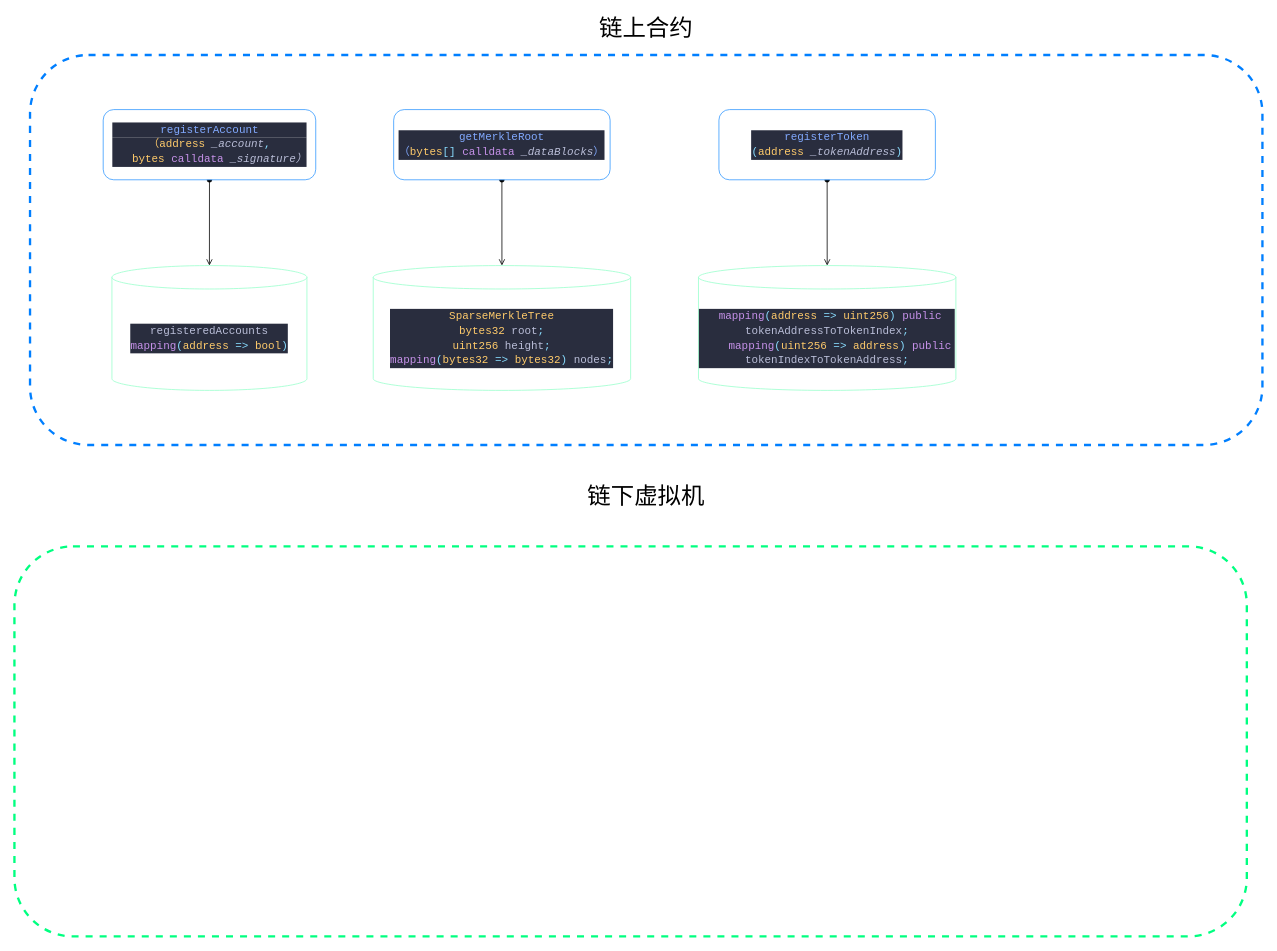
Earlier version of the draw.io diagram OR.drawio (bullshitking-99/optimistic-rollup). Source tidied: cells renumbered, new cells numbered last; positions are measured from the earlier drawing's top-left corner, leaving out a move shared by most shapes. Both pictures are drawn from the tidied source at 78%, with x=0, y=0 at pixel (14, 16).
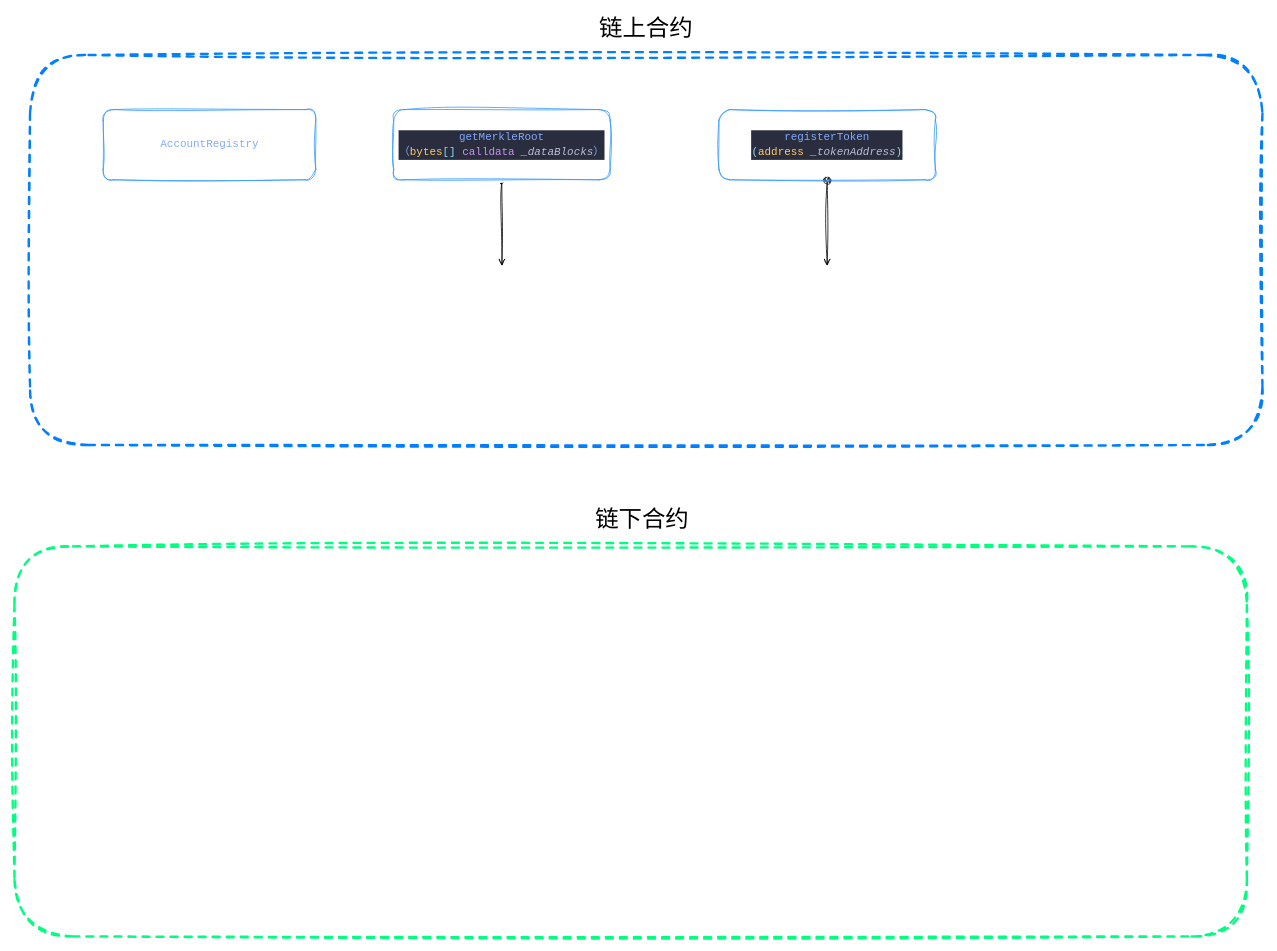
Above is the later version.

Diff of the diagram source:
```diff
@@
-<mxGraphModel>
+<mxGraphModel background="#FFFFFF">
   <root>
     <mxCell id="0" />
     <mxCell id="1" parent="0" />
-    <mxCell id="2" style="rounded=1;whiteSpace=wrap;html=1;fillColor=none;strokeColor=#00FF80;dashed=1;strokeWidth=3;" parent="1" vertex="1">
+    <mxCell id="2" style="rounded=1;whiteSpace=wrap;html=1;fillColor=none;strokeColor=#00FF80;dashed=1;strokeWidth=3;sketch=1;curveFitting=1;jiggle=2;" parent="1" vertex="1">
       <mxGeometry y="680" width="1580" height="500" as="geometry" />
     </mxCell>
-    <mxCell id="3" style="rounded=1;whiteSpace=wrap;html=1;fillColor=none;strokeColor=#007FFF;dashed=1;strokeWidth=3;" parent="1" vertex="1">
+    <mxCell id="3" style="rounded=1;whiteSpace=wrap;html=1;fillColor=none;strokeColor=#007FFF;dashed=1;strokeWidth=3;sketch=1;curveFitting=1;jiggle=2;" parent="1" vertex="1">
       <mxGeometry x="20" y="50" width="1580" height="500" as="geometry" />
     </mxCell>
-    <mxCell id="4" style="edgeStyle=none;html=1;exitX=0.5;exitY=1;exitDx=0;exitDy=0;entryX=0.5;entryY=0;entryDx=0;entryDy=0;entryPerimeter=0;startArrow=oval;startFill=1;endArrow=open;endFill=0;" parent="1" edge="1" source="5" target="6">
-      <mxGeometry relative="1" as="geometry" />
-    </mxCell>
-    <mxCell id="5" value="&lt;div style=&quot;color: rgb(186, 190, 216); background-color: rgb(41, 45, 62); font-family: &amp;quot;Fira Code&amp;quot;, Consolas, &amp;quot;Microsoft Yahei&amp;quot;, Consolas, &amp;quot;Courier New&amp;quot;, monospace; font-size: 14px; line-height: 19px;&quot;&gt;&lt;span style=&quot;color: #82aaff;&quot;&gt;registerAccount&lt;/span&gt;&lt;/div&gt;&lt;div style=&quot;color: rgb(186, 190, 216); background-color: rgb(41, 45, 62); font-family: &amp;quot;Fira Code&amp;quot;, Consolas, &amp;quot;Microsoft Yahei&amp;quot;, Consolas, &amp;quot;Courier New&amp;quot;, monospace; font-size: 14px; line-height: 19px;&quot;&gt;&lt;div style=&quot;line-height: 19px;&quot;&gt;&lt;div style=&quot;line-height: 19px;&quot;&gt;&lt;div&gt;&lt;span style=&quot;color: #ffcb6b;&quot;&gt;（address&lt;/span&gt; &lt;span style=&quot;font-style: italic;&quot;&gt;_account&lt;/span&gt;&lt;span style=&quot;color: #89ddff;&quot;&gt;,&lt;/span&gt;&lt;/div&gt;&lt;div&gt;&amp;nbsp; &amp;nbsp;&lt;span style=&quot;color: #ffcb6b;&quot;&gt;bytes&lt;/span&gt; &lt;span style=&quot;color: #c792ea;&quot;&gt;calldata&lt;/span&gt; &lt;span style=&quot;font-style: italic;&quot;&gt;_signature）&lt;/span&gt;&lt;/div&gt;&lt;/div&gt;&lt;/div&gt;&lt;/div&gt;" style="rounded=1;whiteSpace=wrap;html=1;strokeColor=#3399FF;" parent="1" vertex="1">
+    <mxCell id="5" value="&lt;div style=&quot;font-family: &amp;quot;Fira Code&amp;quot;, Consolas, &amp;quot;Microsoft Yahei&amp;quot;, Consolas, &amp;quot;Courier New&amp;quot;, monospace; font-size: 14px; line-height: 19px;&quot;&gt;&lt;font color=&quot;#82aaff&quot;&gt;AccountRegistry&lt;/font&gt;&lt;/div&gt;" style="rounded=1;whiteSpace=wrap;html=1;strokeColor=#3399FF;labelBackgroundColor=default;sketch=1;curveFitting=1;jiggle=2;" parent="1" vertex="1">
       <mxGeometry x="113.8" y="120" width="272.5" height="90" as="geometry" />
     </mxCell>
-    <mxCell id="6" value="&lt;div style=&quot;background-color: rgb(41, 45, 62); font-family: &amp;quot;Fira Code&amp;quot;, Consolas, &amp;quot;Microsoft Yahei&amp;quot;, Consolas, &amp;quot;Courier New&amp;quot;, monospace; font-size: 14px; line-height: 19px;&quot;&gt;&lt;div style=&quot;line-height: 19px;&quot;&gt;&lt;div style=&quot;color: rgb(186, 190, 216); line-height: 19px;&quot;&gt;&lt;div style=&quot;line-height: 19px;&quot;&gt;registeredAccounts&lt;/div&gt;&lt;/div&gt;&lt;div style=&quot;color: rgb(186, 190, 216); line-height: 19px;&quot;&gt;&lt;span style=&quot;color: #c792ea;&quot;&gt;mapping&lt;/span&gt;&lt;span style=&quot;color: #89ddff;&quot;&gt;(&lt;/span&gt;&lt;span style=&quot;color: #ffcb6b;&quot;&gt;address&lt;/span&gt; &lt;span style=&quot;color: #89ddff;&quot;&gt;=&amp;gt;&lt;/span&gt; &lt;span style=&quot;color: #ffcb6b;&quot;&gt;bool&lt;/span&gt;&lt;span style=&quot;color: #89ddff;&quot;&gt;)&lt;/span&gt;&lt;/div&gt;&lt;/div&gt;&lt;/div&gt;" style="shape=cylinder3;whiteSpace=wrap;html=1;boundedLbl=1;backgroundOutline=1;size=15;strokeColor=#99FFCC;" parent="1" vertex="1">
-      <mxGeometry x="125" y="320" width="250" height="160" as="geometry" />
-    </mxCell>
-    <mxCell id="7" value="&lt;div style=&quot;background-color: rgb(41, 45, 62); font-family: &amp;quot;Fira Code&amp;quot;, Consolas, &amp;quot;Microsoft Yahei&amp;quot;, Consolas, &amp;quot;Courier New&amp;quot;, monospace; font-size: 14px; line-height: 19px;&quot;&gt;&lt;div style=&quot;line-height: 19px;&quot;&gt;&lt;div style=&quot;color: rgb(186, 190, 216); line-height: 19px;&quot;&gt;&lt;div style=&quot;line-height: 19px;&quot;&gt;&lt;span style=&quot;color: rgb(255, 203, 107);&quot;&gt;SparseMerkleTree&lt;/span&gt;&lt;br&gt;&lt;/div&gt;&lt;/div&gt;&lt;div style=&quot;color: rgb(186, 190, 216); line-height: 19px;&quot;&gt;&lt;div style=&quot;line-height: 19px;&quot;&gt;&lt;div&gt;&lt;span style=&quot;color: #ffcb6b;&quot;&gt;bytes32&lt;/span&gt; root&lt;span style=&quot;color: #89ddff;&quot;&gt;;&lt;/span&gt;&lt;/div&gt;&lt;div&gt;&lt;span style=&quot;color: rgb(255, 203, 107);&quot;&gt;uint256&lt;/span&gt; height&lt;span style=&quot;color: rgb(137, 221, 255);&quot;&gt;;&lt;/span&gt;&lt;/div&gt;&lt;div&gt;&lt;span style=&quot;color: rgb(199, 146, 234);&quot;&gt;mapping&lt;/span&gt;&lt;span style=&quot;color: rgb(137, 221, 255);&quot;&gt;(&lt;/span&gt;&lt;span style=&quot;color: rgb(255, 203, 107);&quot;&gt;bytes32&lt;/span&gt; &lt;span style=&quot;color: rgb(137, 221, 255);&quot;&gt;=&amp;gt;&lt;/span&gt; &lt;span style=&quot;color: rgb(255, 203, 107);&quot;&gt;bytes32&lt;/span&gt;&lt;span style=&quot;color: rgb(137, 221, 255);&quot;&gt;)&lt;/span&gt; nodes&lt;span style=&quot;color: rgb(137, 221, 255);&quot;&gt;;&lt;/span&gt;&lt;/div&gt;&lt;/div&gt;&lt;/div&gt;&lt;/div&gt;&lt;/div&gt;" style="shape=cylinder3;whiteSpace=wrap;html=1;boundedLbl=1;backgroundOutline=1;size=15;strokeColor=#99FFCC;" parent="1" vertex="1">
-      <mxGeometry x="460" y="320" width="330" height="160" as="geometry" />
-    </mxCell>
-    <mxCell id="8" style="edgeStyle=none;html=1;exitX=0.5;exitY=1;exitDx=0;exitDy=0;entryX=0.5;entryY=0;entryDx=0;entryDy=0;entryPerimeter=0;startArrow=oval;startFill=1;endArrow=open;endFill=0;" parent="1" edge="1" source="9" target="7">
-      <mxGeometry relative="1" as="geometry" />
+    <mxCell id="8" style="edgeStyle=none;html=1;exitX=0.5;exitY=1;exitDx=0;exitDy=0;entryX=0.5;entryY=0;entryDx=0;entryDy=0;entryPerimeter=0;startArrow=oval;startFill=1;endArrow=open;endFill=0;rounded=1;sketch=1;curveFitting=1;jiggle=2;" parent="1" edge="1" source="9">
+      <mxGeometry relative="1" as="geometry">
+        <mxPoint x="625" y="320" as="targetPoint" />
+      </mxGeometry>
     </mxCell>
-    <mxCell id="9" value="&lt;div style=&quot;color: rgb(186, 190, 216); background-color: rgb(41, 45, 62); font-family: &amp;quot;Fira Code&amp;quot;, Consolas, &amp;quot;Microsoft Yahei&amp;quot;, Consolas, &amp;quot;Courier New&amp;quot;, monospace; font-size: 14px; line-height: 19px;&quot;&gt;&lt;div style=&quot;line-height: 19px;&quot;&gt;&lt;span style=&quot;color: #82aaff;&quot;&gt;getMerkleRoot&lt;/span&gt;&lt;/div&gt;&lt;div style=&quot;line-height: 19px;&quot;&gt;&lt;span style=&quot;color: #82aaff;&quot;&gt;（&lt;/span&gt;&lt;span style=&quot;color: rgb(255, 203, 107);&quot;&gt;bytes&lt;/span&gt;&lt;span style=&quot;color: rgb(137, 221, 255);&quot;&gt;[]&lt;/span&gt;&lt;span style=&quot;&quot;&gt; &lt;/span&gt;&lt;span style=&quot;color: rgb(199, 146, 234);&quot;&gt;calldata&lt;/span&gt;&lt;span style=&quot;&quot;&gt; &lt;/span&gt;&lt;span style=&quot;font-style: italic;&quot;&gt;_dataBlocks&lt;/span&gt;&lt;span style=&quot;color: rgb(130, 170, 255);&quot;&gt;）&lt;/span&gt;&lt;/div&gt;&lt;/div&gt;" style="rounded=1;whiteSpace=wrap;html=1;strokeColor=#3399FF;" parent="1" vertex="1">
+    <mxCell id="9" value="&lt;div style=&quot;color: rgb(186, 190, 216); background-color: rgb(41, 45, 62); font-family: &amp;quot;Fira Code&amp;quot;, Consolas, &amp;quot;Microsoft Yahei&amp;quot;, Consolas, &amp;quot;Courier New&amp;quot;, monospace; font-size: 14px; line-height: 19px;&quot;&gt;&lt;div style=&quot;line-height: 19px;&quot;&gt;&lt;span style=&quot;color: #82aaff;&quot;&gt;getMerkleRoot&lt;/span&gt;&lt;/div&gt;&lt;div style=&quot;line-height: 19px;&quot;&gt;&lt;span style=&quot;color: #82aaff;&quot;&gt;（&lt;/span&gt;&lt;span style=&quot;color: rgb(255, 203, 107);&quot;&gt;bytes&lt;/span&gt;&lt;span style=&quot;color: rgb(137, 221, 255);&quot;&gt;[]&lt;/span&gt;&lt;span style=&quot;&quot;&gt; &lt;/span&gt;&lt;span style=&quot;color: rgb(199, 146, 234);&quot;&gt;calldata&lt;/span&gt;&lt;span style=&quot;&quot;&gt; &lt;/span&gt;&lt;span style=&quot;font-style: italic;&quot;&gt;_dataBlocks&lt;/span&gt;&lt;span style=&quot;color: rgb(130, 170, 255);&quot;&gt;）&lt;/span&gt;&lt;/div&gt;&lt;/div&gt;" style="rounded=1;whiteSpace=wrap;html=1;strokeColor=#3399FF;sketch=1;curveFitting=1;jiggle=2;" parent="1" vertex="1">
       <mxGeometry x="486.2" y="120" width="277.5" height="90" as="geometry" />
     </mxCell>
-    <mxCell id="10" value="&lt;div style=&quot;background-color: rgb(41, 45, 62); font-family: &amp;quot;Fira Code&amp;quot;, Consolas, &amp;quot;Microsoft Yahei&amp;quot;, Consolas, &amp;quot;Courier New&amp;quot;, monospace; font-size: 14px; line-height: 19px;&quot;&gt;&lt;div style=&quot;line-height: 19px;&quot;&gt;&lt;div style=&quot;color: rgb(186, 190, 216); line-height: 19px;&quot;&gt;&lt;div style=&quot;line-height: 19px;&quot;&gt;&lt;div style=&quot;line-height: 19px;&quot;&gt;&lt;div&gt;&amp;nbsp;&lt;span style=&quot;color: #c792ea;&quot;&gt;mapping&lt;/span&gt;&lt;span style=&quot;color: #89ddff;&quot;&gt;(&lt;/span&gt;&lt;span style=&quot;color: #ffcb6b;&quot;&gt;address&lt;/span&gt; &lt;span style=&quot;color: #89ddff;&quot;&gt;=&amp;gt;&lt;/span&gt; &lt;span style=&quot;color: #ffcb6b;&quot;&gt;uint256&lt;/span&gt;&lt;span style=&quot;color: #89ddff;&quot;&gt;)&lt;/span&gt; &lt;span style=&quot;color: #c792ea;&quot;&gt;public&lt;/span&gt; tokenAddressToTokenIndex&lt;span style=&quot;color: #89ddff;&quot;&gt;;&lt;/span&gt;&lt;/div&gt;&lt;div&gt;&amp;nbsp; &amp;nbsp; &lt;span style=&quot;color: #c792ea;&quot;&gt;mapping&lt;/span&gt;&lt;span style=&quot;color: #89ddff;&quot;&gt;(&lt;/span&gt;&lt;span style=&quot;color: #ffcb6b;&quot;&gt;uint256&lt;/span&gt; &lt;span style=&quot;color: #89ddff;&quot;&gt;=&amp;gt;&lt;/span&gt; &lt;span style=&quot;color: #ffcb6b;&quot;&gt;address&lt;/span&gt;&lt;span style=&quot;color: #89ddff;&quot;&gt;)&lt;/span&gt; &lt;span style=&quot;color: #c792ea;&quot;&gt;public&lt;/span&gt; tokenIndexToTokenAddress&lt;span style=&quot;color: #89ddff;&quot;&gt;;&lt;/span&gt;&lt;/div&gt;&lt;/div&gt;&lt;/div&gt;&lt;/div&gt;&lt;/div&gt;&lt;/div&gt;" style="shape=cylinder3;whiteSpace=wrap;html=1;boundedLbl=1;backgroundOutline=1;size=15;strokeColor=#99FFCC;" parent="1" vertex="1">
-      <mxGeometry x="877" y="320" width="330" height="160" as="geometry" />
-    </mxCell>
-    <mxCell id="11" style="edgeStyle=none;html=1;exitX=0.5;exitY=1;exitDx=0;exitDy=0;entryX=0.5;entryY=0;entryDx=0;entryDy=0;entryPerimeter=0;startArrow=oval;startFill=1;endArrow=open;endFill=0;" parent="1" edge="1" source="12" target="10">
-      <mxGeometry relative="1" as="geometry" />
+    <mxCell id="11" style="edgeStyle=none;html=1;exitX=0.5;exitY=1;exitDx=0;exitDy=0;entryX=0.5;entryY=0;entryDx=0;entryDy=0;entryPerimeter=0;startArrow=oval;startFill=1;endArrow=open;endFill=0;rounded=1;sketch=1;curveFitting=1;jiggle=2;" parent="1" edge="1" source="12">
+      <mxGeometry relative="1" as="geometry">
+        <mxPoint x="1042" y="320" as="targetPoint" />
+      </mxGeometry>
     </mxCell>
-    <mxCell id="12" value="&lt;div style=&quot;color: rgb(186, 190, 216); background-color: rgb(41, 45, 62); font-family: &amp;quot;Fira Code&amp;quot;, Consolas, &amp;quot;Microsoft Yahei&amp;quot;, Consolas, &amp;quot;Courier New&amp;quot;, monospace; font-size: 14px; line-height: 19px;&quot;&gt;&lt;div style=&quot;line-height: 19px;&quot;&gt;&lt;div style=&quot;line-height: 19px;&quot;&gt;&lt;span style=&quot;color: #82aaff;&quot;&gt;registerToken&lt;/span&gt;&lt;/div&gt;&lt;div style=&quot;line-height: 19px;&quot;&gt;&lt;span style=&quot;color: #89ddff;&quot;&gt;(&lt;/span&gt;&lt;span style=&quot;color: #ffcb6b;&quot;&gt;address&lt;/span&gt; &lt;span style=&quot;font-style: italic;&quot;&gt;_tokenAddress&lt;/span&gt;&lt;span style=&quot;color: #89ddff;&quot;&gt;)&lt;/span&gt;&lt;/div&gt;&lt;/div&gt;&lt;/div&gt;" style="rounded=1;whiteSpace=wrap;html=1;strokeColor=#3399FF;" parent="1" vertex="1">
+    <mxCell id="12" value="&lt;div style=&quot;color: rgb(186, 190, 216); background-color: rgb(41, 45, 62); font-family: &amp;quot;Fira Code&amp;quot;, Consolas, &amp;quot;Microsoft Yahei&amp;quot;, Consolas, &amp;quot;Courier New&amp;quot;, monospace; font-size: 14px; line-height: 19px;&quot;&gt;&lt;div style=&quot;line-height: 19px;&quot;&gt;&lt;div style=&quot;line-height: 19px;&quot;&gt;&lt;span style=&quot;color: #82aaff;&quot;&gt;registerToken&lt;/span&gt;&lt;/div&gt;&lt;div style=&quot;line-height: 19px;&quot;&gt;&lt;span style=&quot;color: #89ddff;&quot;&gt;(&lt;/span&gt;&lt;span style=&quot;color: #ffcb6b;&quot;&gt;address&lt;/span&gt; &lt;span style=&quot;font-style: italic;&quot;&gt;_tokenAddress&lt;/span&gt;&lt;span style=&quot;color: #89ddff;&quot;&gt;)&lt;/span&gt;&lt;/div&gt;&lt;/div&gt;&lt;/div&gt;" style="rounded=1;whiteSpace=wrap;html=1;strokeColor=#3399FF;sketch=1;curveFitting=1;jiggle=2;" parent="1" vertex="1">
       <mxGeometry x="903.2" y="120" width="277.5" height="90" as="geometry" />
     </mxCell>
-    <mxCell id="13" value="链上合约" style="text;html=1;strokeColor=none;fillColor=none;align=center;verticalAlign=middle;whiteSpace=wrap;rounded=0;dashed=1;strokeWidth=3;fontSize=30;" parent="1" vertex="1">
+    <mxCell id="13" value="链上合约" style="text;html=1;strokeColor=none;fillColor=none;align=center;verticalAlign=middle;whiteSpace=wrap;rounded=1;dashed=1;strokeWidth=3;fontSize=30;sketch=1;curveFitting=1;jiggle=2;" parent="1" vertex="1">
       <mxGeometry x="685" width="250" height="30" as="geometry" />
     </mxCell>
-    <mxCell id="14" value="链下虚拟机" style="text;html=1;strokeColor=none;fillColor=none;align=center;verticalAlign=middle;whiteSpace=wrap;rounded=0;dashed=1;strokeWidth=3;fontSize=30;" parent="1" vertex="1">
-      <mxGeometry x="685" y="600" width="250" height="30" as="geometry" />
+    <mxCell id="14" value="链下合约" style="text;html=1;strokeColor=none;fillColor=none;align=center;verticalAlign=middle;whiteSpace=wrap;rounded=1;dashed=1;strokeWidth=3;fontSize=30;sketch=1;curveFitting=1;jiggle=2;" parent="1" vertex="1">
+      <mxGeometry x="680" y="630" width="250" height="30" as="geometry" />
     </mxCell>
   </root>
 </mxGraphModel>
```
